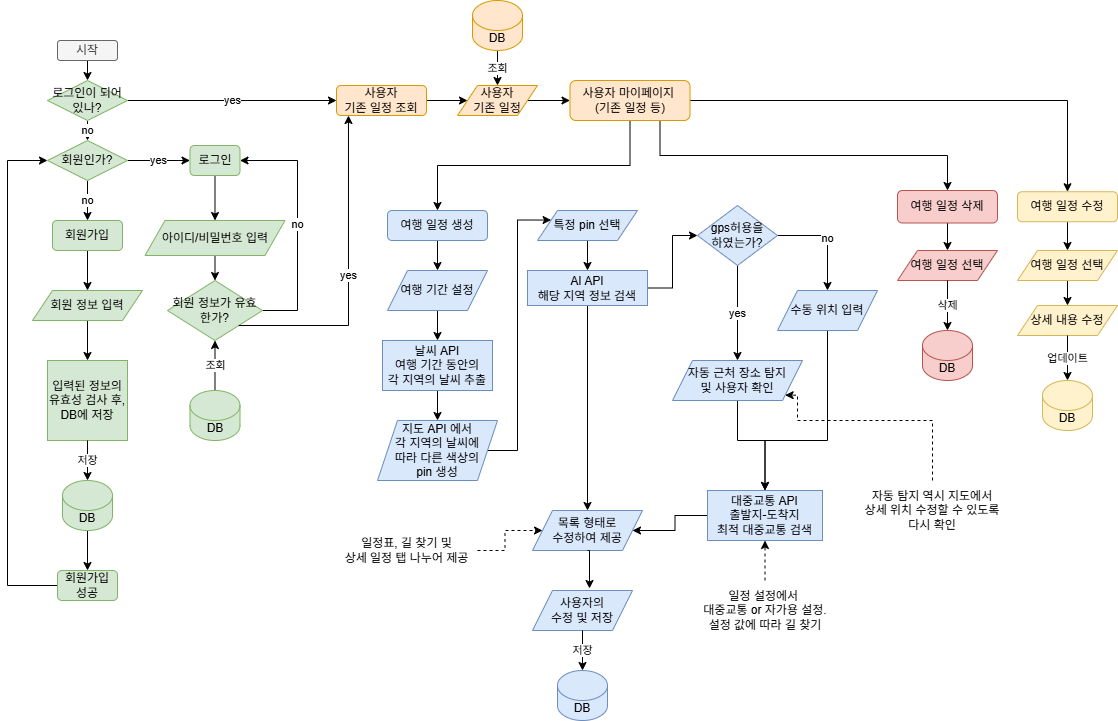
The draw.io diagram trivista/자료/trivista.drawio.png in Ju-S/TIL_KDT, before a commit. Source tidied: cells renumbered, new cells last; positions are measured from the earlier drawing's top-left corner, leaving out a move shared by most shapes.
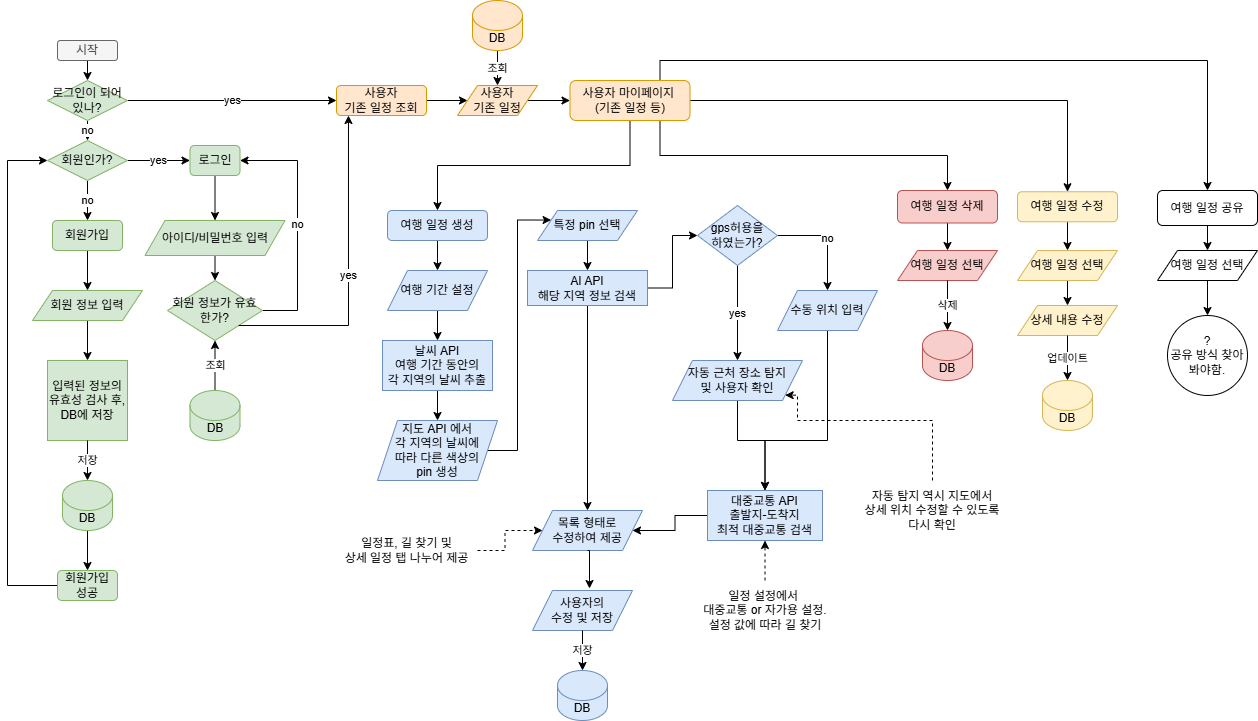
The same file after the commit.

Commit message:
trivista.drawio.png이 추가되었습니다.

The edit, as a diff of the source:
```diff
@@ -122,6 +122,9 @@
     <mxCell id="36" style="edgeStyle=orthogonalEdgeStyle;rounded=0;jettySize=auto;html=1;exitX=1;exitY=0.5;exitDx=0;exitDy=0;entryX=0.5;entryY=0;entryDx=0;entryDy=0;" parent="1" edge="1" source="37" target="61">
       <mxGeometry relative="1" as="geometry" />
     </mxCell>
+    <mxCell id="84" style="edgeStyle=orthogonalEdgeStyle;rounded=0;jettySize=auto;html=1;exitX=0.75;exitY=0;exitDx=0;exitDy=0;entryX=0.5;entryY=0;entryDx=0;entryDy=0;" parent="1" edge="1" source="37" target="86">
+      <mxGeometry relative="1" as="geometry" />
+    </mxCell>
     <mxCell id="37" value="사용자 마이페이지&amp;nbsp;&lt;div&gt;&lt;span style=&quot;background-color: transparent; color: light-dark(rgb(0, 0, 0), rgb(255, 255, 255));&quot;&gt;(기존 일정 등)&lt;/span&gt;&lt;/div&gt;" style="rounded=1;whiteSpace=wrap;html=1;fillColor=#ffe6cc;strokeColor=#d79b00;" parent="1" vertex="1">
       <mxGeometry x="562.5" y="80" width="120" height="40" as="geometry" />
     </mxCell>
@@ -279,5 +282,20 @@
     <mxCell id="83" value="자동 탐지 역시 지도에서&lt;div&gt;상세 위치 수정할 수 있도록 다시 확인&lt;/div&gt;" style="text;html=1;align=center;verticalAlign=middle;whiteSpace=wrap;rounded=0;" parent="1" vertex="1">
       <mxGeometry x="850" y="480" width="150" height="60" as="geometry" />
     </mxCell>
+    <mxCell id="85" style="edgeStyle=orthogonalEdgeStyle;rounded=0;jettySize=auto;html=1;exitX=0.5;exitY=1;exitDx=0;exitDy=0;entryX=0.5;entryY=0;entryDx=0;entryDy=0;" parent="1" edge="1" source="86" target="88">
+      <mxGeometry relative="1" as="geometry" />
+    </mxCell>
+    <mxCell id="86" value="여행 일정 공유" style="rounded=1;whiteSpace=wrap;html=1;" parent="1" vertex="1">
+      <mxGeometry x="1150" y="190" width="100" height="35" as="geometry" />
+    </mxCell>
+    <mxCell id="87" style="edgeStyle=orthogonalEdgeStyle;rounded=0;jettySize=auto;html=1;exitX=0.5;exitY=1;exitDx=0;exitDy=0;entryX=0.5;entryY=0;entryDx=0;entryDy=0;" parent="1" edge="1" source="88" target="89">
+      <mxGeometry relative="1" as="geometry" />
+    </mxCell>
+    <mxCell id="88" value="여행 일정 선택" style="shape=parallelogram;perimeter=parallelogramPerimeter;whiteSpace=wrap;html=1;fixedSize=1;" parent="1" vertex="1">
+      <mxGeometry x="1150" y="250" width="100" height="30" as="geometry" />
+    </mxCell>
+    <mxCell id="89" value="?&lt;div&gt;공유 방식 찾아봐야함.&lt;/div&gt;" style="ellipse;whiteSpace=wrap;html=1;" parent="1" vertex="1">
+      <mxGeometry x="1160" y="315" width="80" height="80" as="geometry" />
+    </mxCell>
   </root>
 </mxGraphModel>
```
